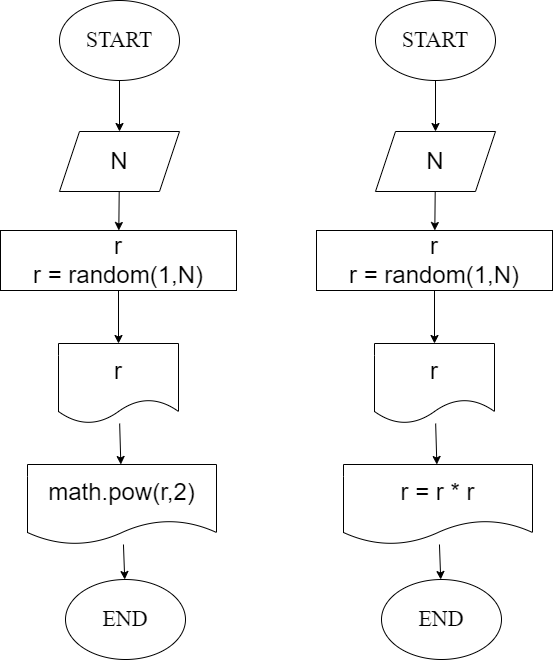
Earlier version of the draw.io export ex000.drawio.png (iksergey/practice_temp). Source tidied: cells renumbered, new cells last; positions are measured from the earlier drawing's top-left corner, leaving out a move shared by most shapes.
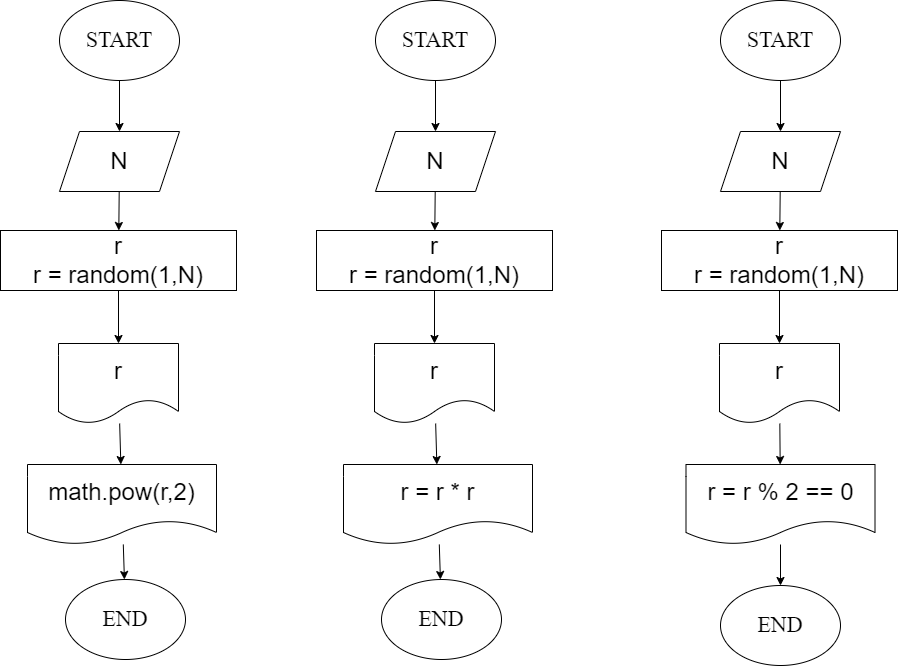
Later version of the same file.

Commit message:
Добавил блок-схему про чётные числа

What changed in the source:
```diff
@@ -68,5 +68,38 @@
     <mxCell id="23" value="r = r * r" style="shape=document;whiteSpace=wrap;html=1;boundedLbl=1;fontSize=24;" parent="1" vertex="1">
       <mxGeometry x="343" y="464" width="189" height="80" as="geometry" />
     </mxCell>
+    <mxCell id="24" style="edgeStyle=none;html=1;" parent="1" edge="1" source="25" target="29">
+      <mxGeometry relative="1" as="geometry" />
+    </mxCell>
+    <mxCell id="25" value="&lt;span style=&quot;font-family: &amp;#34;fira code&amp;#34; ; font-size: 22px&quot;&gt;START&lt;/span&gt;" style="ellipse;whiteSpace=wrap;html=1;" parent="1" vertex="1">
+      <mxGeometry x="720" width="120" height="80" as="geometry" />
+    </mxCell>
+    <mxCell id="26" style="edgeStyle=none;html=1;" parent="1" edge="1" source="27" target="31">
+      <mxGeometry relative="1" as="geometry" />
+    </mxCell>
+    <mxCell id="27" value="&lt;font style=&quot;font-size: 24px&quot;&gt;r&lt;br&gt;r = random(1,N)&lt;/font&gt;" style="rounded=0;whiteSpace=wrap;html=1;" parent="1" vertex="1">
+      <mxGeometry x="661" y="230" width="236" height="60" as="geometry" />
+    </mxCell>
+    <mxCell id="28" style="edgeStyle=none;html=1;" parent="1" edge="1" source="29" target="27">
+      <mxGeometry relative="1" as="geometry" />
+    </mxCell>
+    <mxCell id="29" value="&lt;font style=&quot;font-size: 24px&quot;&gt;N&lt;/font&gt;" style="shape=parallelogram;perimeter=parallelogramPerimeter;whiteSpace=wrap;html=1;fixedSize=1;" parent="1" vertex="1">
+      <mxGeometry x="720" y="131" width="120" height="60" as="geometry" />
+    </mxCell>
+    <mxCell id="30" style="edgeStyle=none;html=1;fontSize=24;" parent="1" edge="1" source="31" target="34">
+      <mxGeometry relative="1" as="geometry" />
+    </mxCell>
+    <mxCell id="31" value="&lt;font style=&quot;font-size: 24px&quot;&gt;r&lt;/font&gt;" style="shape=document;whiteSpace=wrap;html=1;boundedLbl=1;" parent="1" vertex="1">
+      <mxGeometry x="719" y="343" width="120" height="80" as="geometry" />
+    </mxCell>
+    <mxCell id="32" value="&lt;span style=&quot;font-family: &amp;#34;fira code&amp;#34; ; font-size: 22px&quot;&gt;END&lt;/span&gt;" style="ellipse;whiteSpace=wrap;html=1;" parent="1" vertex="1">
+      <mxGeometry x="720" y="585" width="120" height="80" as="geometry" />
+    </mxCell>
+    <mxCell id="33" style="edgeStyle=none;html=1;fontSize=24;" parent="1" edge="1" source="34" target="32">
+      <mxGeometry relative="1" as="geometry" />
+    </mxCell>
+    <mxCell id="34" value="r = r % 2 == 0" style="shape=document;whiteSpace=wrap;html=1;boundedLbl=1;fontSize=24;" parent="1" vertex="1">
+      <mxGeometry x="685.5" y="464" width="189" height="80" as="geometry" />
+    </mxCell>
   </root>
 </mxGraphModel>
```
